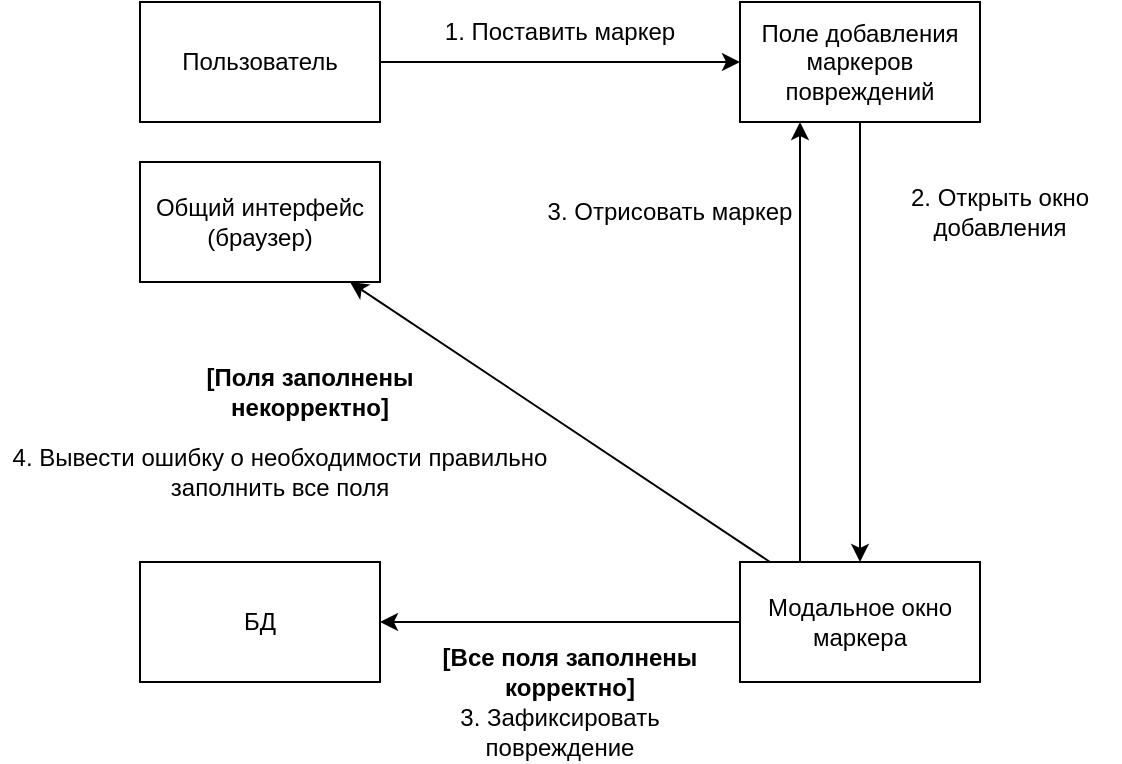
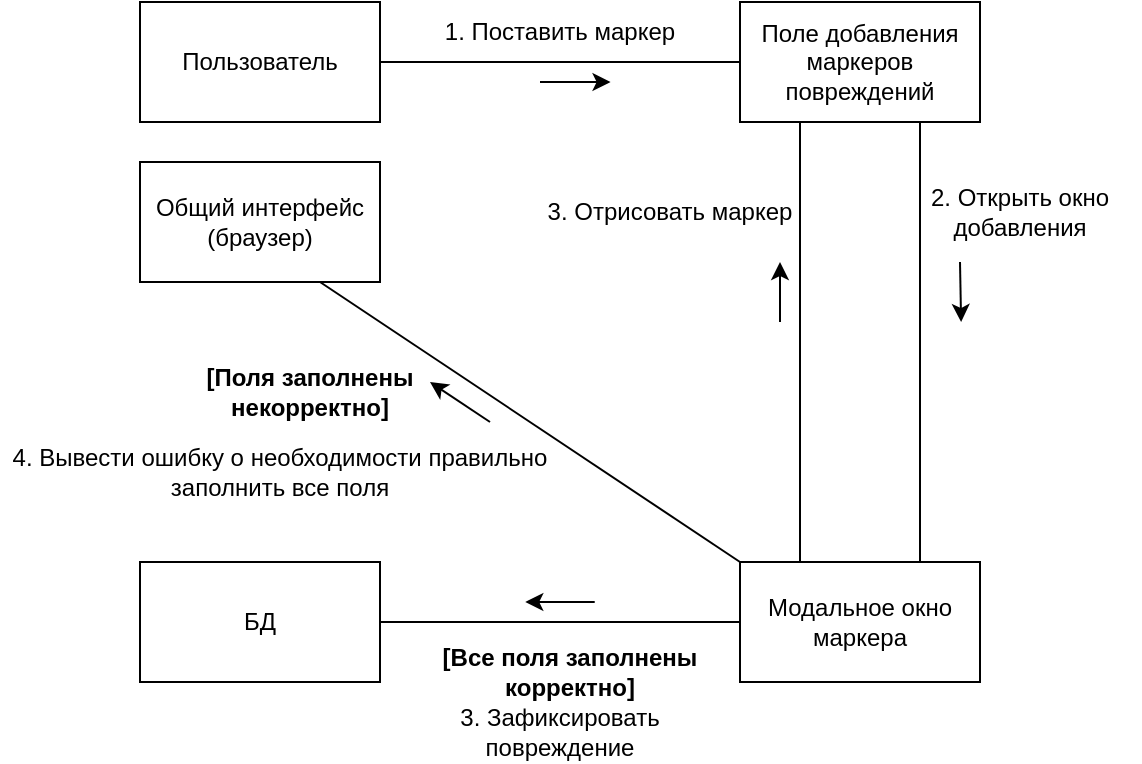
<mxfile host="app.diagrams.net">
  <diagram name="Страница-1" id="B7OUH0b0f1MfNGRyHLLm">
-     <mxGraphModel dx="981" dy="541" grid="1" gridSize="10" guides="1" tooltips="1" connect="1" arrows="1" fold="1" page="1" pageScale="1" pageWidth="1000" pageHeight="800" math="0" shadow="0">
+     <mxGraphModel dx="824" dy="454" grid="1" gridSize="10" guides="1" tooltips="1" connect="1" arrows="1" fold="1" page="1" pageScale="1" pageWidth="1000" pageHeight="800" math="0" shadow="0">
      <root>
        <mxCell id="0" />
        <mxCell id="1" parent="0" />
        <mxCell id="jsLL_r7Ol4POs9nzLG5a-1" parent="1" style="rounded=0;whiteSpace=wrap;html=1;" value="Пользователь" vertex="1">
          <mxGeometry height="60" width="120" x="200" y="170" as="geometry" />
+         </mxCell>
+         <mxCell id="jsLL_r7Ol4POs9nzLG5a-19" edge="1" parent="1" source="jsLL_r7Ol4POs9nzLG5a-2" style="edgeStyle=orthogonalEdgeStyle;rounded=0;orthogonalLoop=1;jettySize=auto;html=1;exitX=0.25;exitY=1;exitDx=0;exitDy=0;entryX=0.25;entryY=0;entryDx=0;entryDy=0;endArrow=none;endFill=0;" target="jsLL_r7Ol4POs9nzLG5a-5">
+           <mxGeometry relative="1" as="geometry" />
+         </mxCell>
+         <mxCell id="jsLL_r7Ol4POs9nzLG5a-20" edge="1" parent="1" source="jsLL_r7Ol4POs9nzLG5a-2" style="edgeStyle=orthogonalEdgeStyle;rounded=0;orthogonalLoop=1;jettySize=auto;html=1;exitX=0.75;exitY=1;exitDx=0;exitDy=0;entryX=0.75;entryY=0;entryDx=0;entryDy=0;endArrow=none;endFill=0;" target="jsLL_r7Ol4POs9nzLG5a-5">
+           <mxGeometry relative="1" as="geometry" />
+         </mxCell>
+         <mxCell id="jsLL_r7Ol4POs9nzLG5a-29" edge="1" parent="1" source="jsLL_r7Ol4POs9nzLG5a-2" style="edgeStyle=orthogonalEdgeStyle;rounded=0;orthogonalLoop=1;jettySize=auto;html=1;exitX=0;exitY=0.5;exitDx=0;exitDy=0;entryX=1;entryY=0.5;entryDx=0;entryDy=0;endArrow=none;endFill=0;" target="jsLL_r7Ol4POs9nzLG5a-1">
+           <mxGeometry relative="1" as="geometry" />
        </mxCell>
        <mxCell id="jsLL_r7Ol4POs9nzLG5a-2" parent="1" style="rounded=0;whiteSpace=wrap;html=1;" value="Поле добавления маркеров повреждений" vertex="1">
          <mxGeometry height="60" width="120" x="500" y="170" as="geometry" />
        </mxCell>
        <mxCell id="jsLL_r7Ol4POs9nzLG5a-3" parent="1" style="rounded=0;whiteSpace=wrap;html=1;" value="БД" vertex="1">
          <mxGeometry height="60" width="120" x="200" y="450" as="geometry" />
        </mxCell>
-         <mxCell id="jsLL_r7Ol4POs9nzLG5a-4" edge="1" parent="1" source="jsLL_r7Ol4POs9nzLG5a-1" style="endArrow=classic;html=1;rounded=0;" target="jsLL_r7Ol4POs9nzLG5a-2" value="">
-           <mxGeometry height="50" relative="1" width="50" as="geometry">
-             <mxPoint x="460" y="220" as="sourcePoint" />
-             <mxPoint x="510" y="170" as="targetPoint" />
-           </mxGeometry>
+         <mxCell id="jsLL_r7Ol4POs9nzLG5a-27" edge="1" parent="1" source="jsLL_r7Ol4POs9nzLG5a-5" style="edgeStyle=orthogonalEdgeStyle;rounded=0;orthogonalLoop=1;jettySize=auto;html=1;exitX=0;exitY=0.5;exitDx=0;exitDy=0;entryX=1;entryY=0.5;entryDx=0;entryDy=0;endArrow=none;endFill=0;" target="jsLL_r7Ol4POs9nzLG5a-3">
+           <mxGeometry relative="1" as="geometry" />
        </mxCell>
        <mxCell id="jsLL_r7Ol4POs9nzLG5a-5" parent="1" style="rounded=0;whiteSpace=wrap;html=1;" value="Модальное окно маркера" vertex="1">
          <mxGeometry height="60" width="120" x="500" y="450" as="geometry" />
        </mxCell>
        <mxCell id="jsLL_r7Ol4POs9nzLG5a-6" parent="1" style="text;html=1;whiteSpace=wrap;strokeColor=none;fillColor=none;align=center;verticalAlign=middle;rounded=0;" value="1. Поставить маркер" vertex="1">
          <mxGeometry height="30" width="120" x="350" y="170" as="geometry" />
        </mxCell>
-         <mxCell id="jsLL_r7Ol4POs9nzLG5a-7" edge="1" parent="1" source="jsLL_r7Ol4POs9nzLG5a-2" style="endArrow=classic;html=1;rounded=0;" target="jsLL_r7Ol4POs9nzLG5a-5" value="">
-           <mxGeometry height="50" relative="1" width="50" as="geometry">
-             <mxPoint x="710" y="300" as="sourcePoint" />
-             <mxPoint x="760" y="250" as="targetPoint" />
-           </mxGeometry>
-         </mxCell>
        <mxCell id="jsLL_r7Ol4POs9nzLG5a-8" parent="1" style="text;html=1;whiteSpace=wrap;strokeColor=none;fillColor=none;align=center;verticalAlign=middle;rounded=0;" value="2. Открыть окно добавления" vertex="1">
-           <mxGeometry height="30" width="120" x="570" y="260" as="geometry" />
-         </mxCell>
-         <mxCell id="jsLL_r7Ol4POs9nzLG5a-9" edge="1" parent="1" source="jsLL_r7Ol4POs9nzLG5a-5" style="endArrow=classic;html=1;rounded=0;" target="jsLL_r7Ol4POs9nzLG5a-3" value="">
-           <mxGeometry height="50" relative="1" width="50" as="geometry">
-             <mxPoint x="370" y="350" as="sourcePoint" />
-             <mxPoint x="420" y="300" as="targetPoint" />
-           </mxGeometry>
+           <mxGeometry height="30" width="120" x="580" y="260" as="geometry" />
        </mxCell>
        <mxCell id="jsLL_r7Ol4POs9nzLG5a-10" parent="1" style="text;html=1;whiteSpace=wrap;strokeColor=none;fillColor=none;align=center;verticalAlign=middle;rounded=0;fontStyle=1" value="[Все поля заполнены корректно]" vertex="1">
          <mxGeometry height="30" width="140" x="345" y="490" as="geometry" />
        </mxCell>
        <mxCell id="jsLL_r7Ol4POs9nzLG5a-11" parent="1" style="text;html=1;whiteSpace=wrap;strokeColor=none;fillColor=none;align=center;verticalAlign=middle;rounded=0;" value="3. Зафиксировать повреждение" vertex="1">
          <mxGeometry height="30" width="130" x="345" y="520" as="geometry" />
        </mxCell>
-         <mxCell id="jsLL_r7Ol4POs9nzLG5a-12" edge="1" parent="1" source="jsLL_r7Ol4POs9nzLG5a-5" style="endArrow=classic;html=1;rounded=0;entryX=0.25;entryY=1;entryDx=0;entryDy=0;exitX=0.25;exitY=0;exitDx=0;exitDy=0;" target="jsLL_r7Ol4POs9nzLG5a-2" value="">
-           <mxGeometry height="50" relative="1" width="50" as="geometry">
-             <mxPoint x="710" y="330" as="sourcePoint" />
-             <mxPoint x="530" y="330" as="targetPoint" />
-           </mxGeometry>
-         </mxCell>
        <mxCell id="jsLL_r7Ol4POs9nzLG5a-13" parent="1" style="text;html=1;whiteSpace=wrap;strokeColor=none;fillColor=none;align=center;verticalAlign=middle;rounded=0;" value="3. Отрисовать маркер" vertex="1">
          <mxGeometry height="30" width="130" x="400" y="260" as="geometry" />
        </mxCell>
        <mxCell id="jsLL_r7Ol4POs9nzLG5a-14" parent="1" style="rounded=0;whiteSpace=wrap;html=1;" value="Общий интерфейс (браузер)" vertex="1">
          <mxGeometry height="60" width="120" x="200" y="250" as="geometry" />
-         </mxCell>
-         <mxCell id="jsLL_r7Ol4POs9nzLG5a-15" edge="1" parent="1" source="jsLL_r7Ol4POs9nzLG5a-5" style="endArrow=classic;html=1;rounded=0;" target="jsLL_r7Ol4POs9nzLG5a-14" value="">
-           <mxGeometry height="50" relative="1" width="50" as="geometry">
-             <mxPoint x="410" y="600" as="sourcePoint" />
-             <mxPoint x="460" y="550" as="targetPoint" />
-           </mxGeometry>
        </mxCell>
        <mxCell id="jsLL_r7Ol4POs9nzLG5a-16" parent="1" style="text;html=1;whiteSpace=wrap;strokeColor=none;fillColor=none;align=center;verticalAlign=middle;rounded=0;fontStyle=1" value="[Поля заполнены некорректно]" vertex="1">
          <mxGeometry height="30" width="170" x="200" y="350" as="geometry" />
        </mxCell>
        <mxCell id="jsLL_r7Ol4POs9nzLG5a-17" parent="1" style="text;html=1;whiteSpace=wrap;strokeColor=none;fillColor=none;align=center;verticalAlign=middle;rounded=0;" value="4. Вывести ошибку о необходимости правильно заполнить все поля" vertex="1">
          <mxGeometry height="30" width="280" x="130" y="390" as="geometry" />
        </mxCell>
+         <mxCell id="jsLL_r7Ol4POs9nzLG5a-22" edge="1" parent="1" style="endArrow=classic;html=1;rounded=0;" value="">
+           <mxGeometry height="50" relative="1" width="50" as="geometry">
+             <mxPoint x="520" y="330" as="sourcePoint" />
+             <mxPoint x="520" y="300" as="targetPoint" />
+           </mxGeometry>
+         </mxCell>
+         <mxCell id="jsLL_r7Ol4POs9nzLG5a-23" edge="1" parent="1" style="endArrow=classic;html=1;rounded=0;" value="">
+           <mxGeometry height="50" relative="1" width="50" as="geometry">
+             <mxPoint x="610" y="300" as="sourcePoint" />
+             <mxPoint x="610.56" y="330" as="targetPoint" />
+           </mxGeometry>
+         </mxCell>
+         <mxCell id="jsLL_r7Ol4POs9nzLG5a-25" edge="1" parent="1" source="jsLL_r7Ol4POs9nzLG5a-14" style="endArrow=none;html=1;rounded=0;exitX=0.75;exitY=1;exitDx=0;exitDy=0;entryX=0;entryY=0;entryDx=0;entryDy=0;" target="jsLL_r7Ol4POs9nzLG5a-5" value="">
+           <mxGeometry height="50" relative="1" width="50" as="geometry">
+             <mxPoint x="440" y="420" as="sourcePoint" />
+             <mxPoint x="490" y="370" as="targetPoint" />
+           </mxGeometry>
+         </mxCell>
+         <mxCell id="jsLL_r7Ol4POs9nzLG5a-26" edge="1" parent="1" style="endArrow=classic;html=1;rounded=0;entryX=1;entryY=0;entryDx=0;entryDy=0;" value="">
+           <mxGeometry height="50" relative="1" width="50" as="geometry">
+             <Array as="points">
+               <mxPoint x="375" y="380" />
+             </Array>
+             <mxPoint x="375" y="380" as="sourcePoint" />
+             <mxPoint x="345" y="360" as="targetPoint" />
+           </mxGeometry>
+         </mxCell>
+         <mxCell id="jsLL_r7Ol4POs9nzLG5a-28" edge="1" parent="1" style="endArrow=classic;html=1;rounded=0;" value="">
+           <mxGeometry height="50" relative="1" width="50" as="geometry">
+             <mxPoint x="427.36" y="470" as="sourcePoint" />
+             <mxPoint x="392.64" y="470" as="targetPoint" />
+           </mxGeometry>
+         </mxCell>
+         <mxCell id="jsLL_r7Ol4POs9nzLG5a-30" edge="1" parent="1" style="endArrow=classic;html=1;rounded=0;" value="">
+           <mxGeometry height="50" relative="1" width="50" as="geometry">
+             <mxPoint x="400" y="210" as="sourcePoint" />
+             <mxPoint x="435.28" y="210" as="targetPoint" />
+           </mxGeometry>
+         </mxCell>
      </root>
    </mxGraphModel>
  </diagram>
</mxfile>
